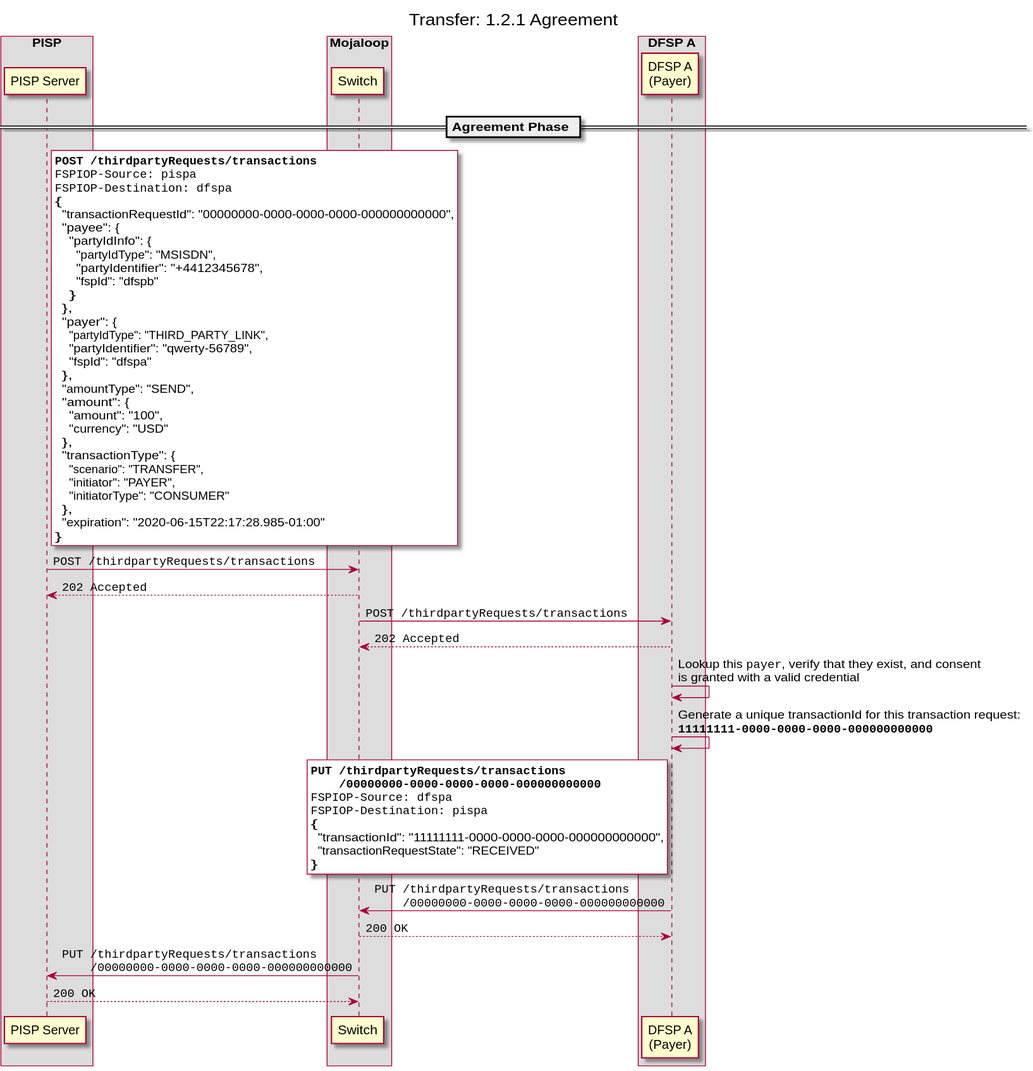
The PlantUML diagram docs/out/transfer/1-2-1-agreement.svg in mojaloop/pisp-project, before a commit. Its source is kept beside it as docs/transfer/1-2-1-agreement.puml. Source of this version:
```plantuml
@startuml

title Transfer: 1.2.1 Agreement


box "PISP"
participant "PISP Server" as D1
end box
box "Mojaloop"
    participant Switch as S
end box
box "DFSP A"
    participant "DFSP A\n(Payer)" as D2
end box


== Agreement Phase ==
rnote right of D1 #Light
**""POST /thirdpartyRequests/transactions""**
""FSPIOP-Source: pispa""
""FSPIOP-Destination: dfspa""
{
  "transactionRequestId": "00000000-0000-0000-0000-000000000000",
  "payee": {
    "partyIdInfo": {
      "partyIdType": "MSISDN",
      "partyIdentifier": "+4412345678",
      "fspId": "dfspb"
    }
  },
  "payer": {
    "partyIdType": "THIRD_PARTY_LINK",
    "partyIdentifier": "qwerty-56789",
    "fspId": "dfspa"
  },
  "amountType": "SEND",
  "amount": {
    "amount": "100",
    "currency": "USD"
  },
  "transactionType": {
    "scenario": "TRANSFER",
    "initiator": "PAYER",
    "initiatorType": "CONSUMER"
  },
  "expiration": "2020-06-15T22:17:28.985-01:00"
}
end note
D1 -> S: ""POST /thirdpartyRequests/transactions""
S --> D1: ""202 Accepted""
S -> D2: ""POST /thirdpartyRequests/transactions""
D2 --> S: ""202 Accepted""
D2 -> D2: Lookup this ""payer"", verify that they exist, and consent \nis granted with a valid credential
D2 -> D2: Generate a unique transactionId for this transaction request:\n**""11111111-0000-0000-0000-000000000000""**


rnote left of D2 #Light
**""PUT /thirdpartyRequests/transactions""**
**""    /00000000-0000-0000-0000-000000000000""**
""FSPIOP-Source: dfspa""
""FSPIOP-Destination: pispa""
{
  "transactionId": "11111111-0000-0000-0000-000000000000",
  "transactionRequestState": "RECEIVED"
}
end note
D2 -> S: ""PUT /thirdpartyRequests/transactions""\n""    /00000000-0000-0000-0000-000000000000""
S --> D2: ""200 OK""
S -> D1: ""PUT /thirdpartyRequests/transactions""\n""    /00000000-0000-0000-0000-000000000000""
D1 --> S: ""200 OK""


@enduml
```
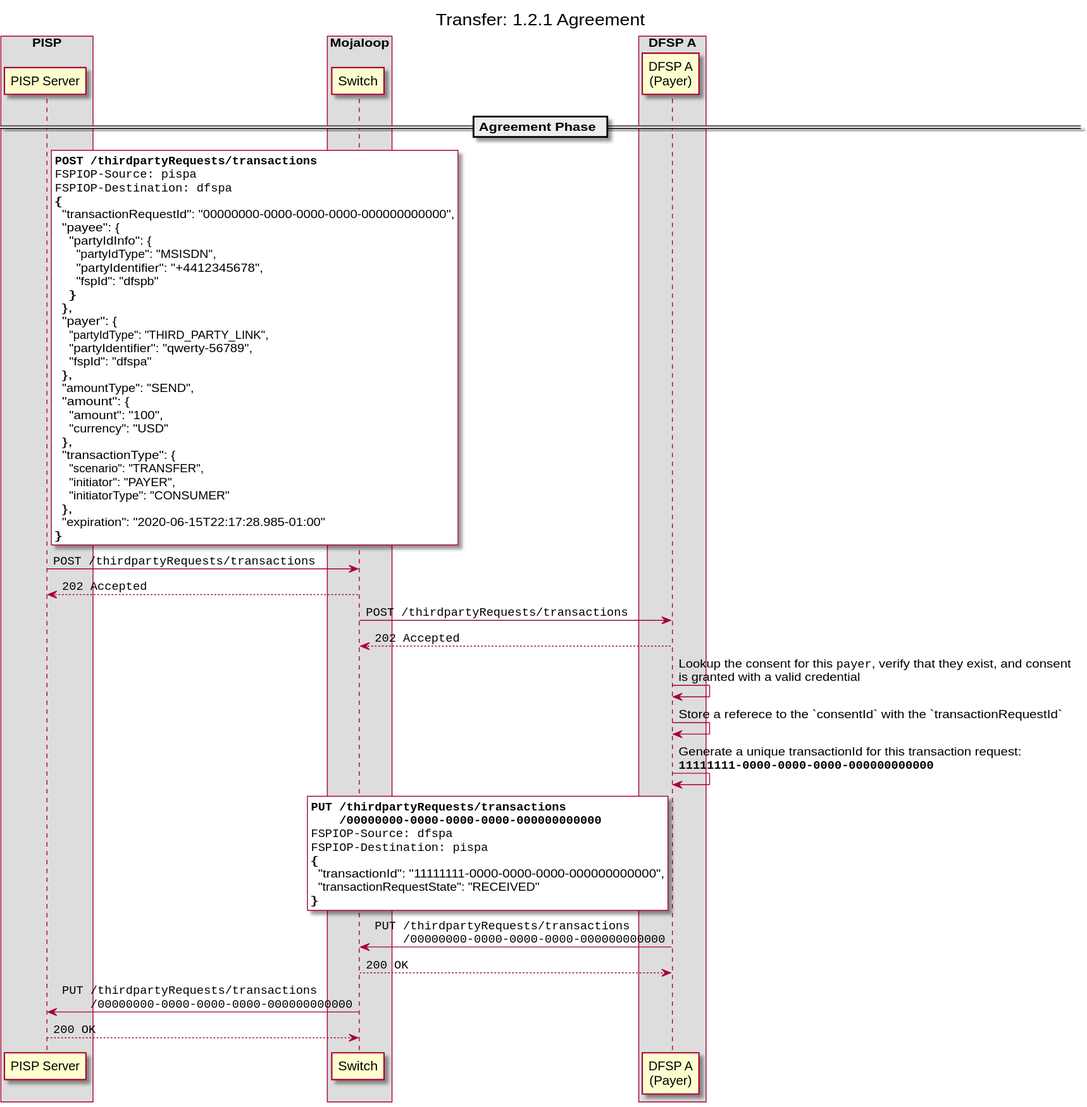
Later version of the same file.

Change to the diagram source:
```diff
@@ -50,7 +50,8 @@
 S --> D1: ""202 Accepted""
 S -> D2: ""POST /thirdpartyRequests/transactions""
 D2 --> S: ""202 Accepted""
-D2 -> D2: Lookup this ""payer"", verify that they exist, and consent \nis granted with a valid credential
+D2 -> D2: Lookup the consent for this ""payer"", verify that they exist, and consent \nis granted with a valid credential
+D2 -> D2: Store a referece to the `consentId` with the `transactionRequestId`
 D2 -> D2: Generate a unique transactionId for this transaction request:\n**""11111111-0000-0000-0000-000000000000""**
 
 
```
